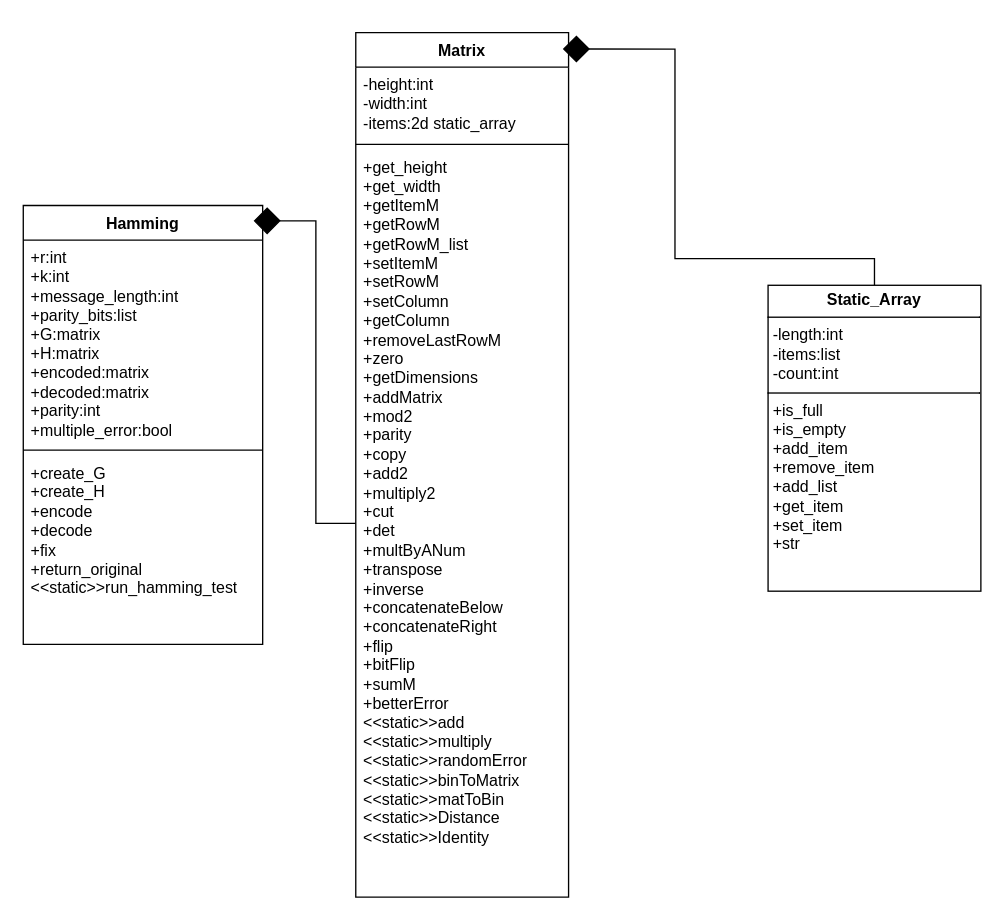
The draw.io diagram project_class_diagram.drawio in rcatovsky/Finalproject, before the edit. Source tidied: cells renumbered, new cells numbered last; positions are measured from the earlier drawing's top-left corner, leaving out a move shared by most shapes. Both pictures are drawn from the tidied source at 133%, with x=0, y=0 at pixel (23, 32).
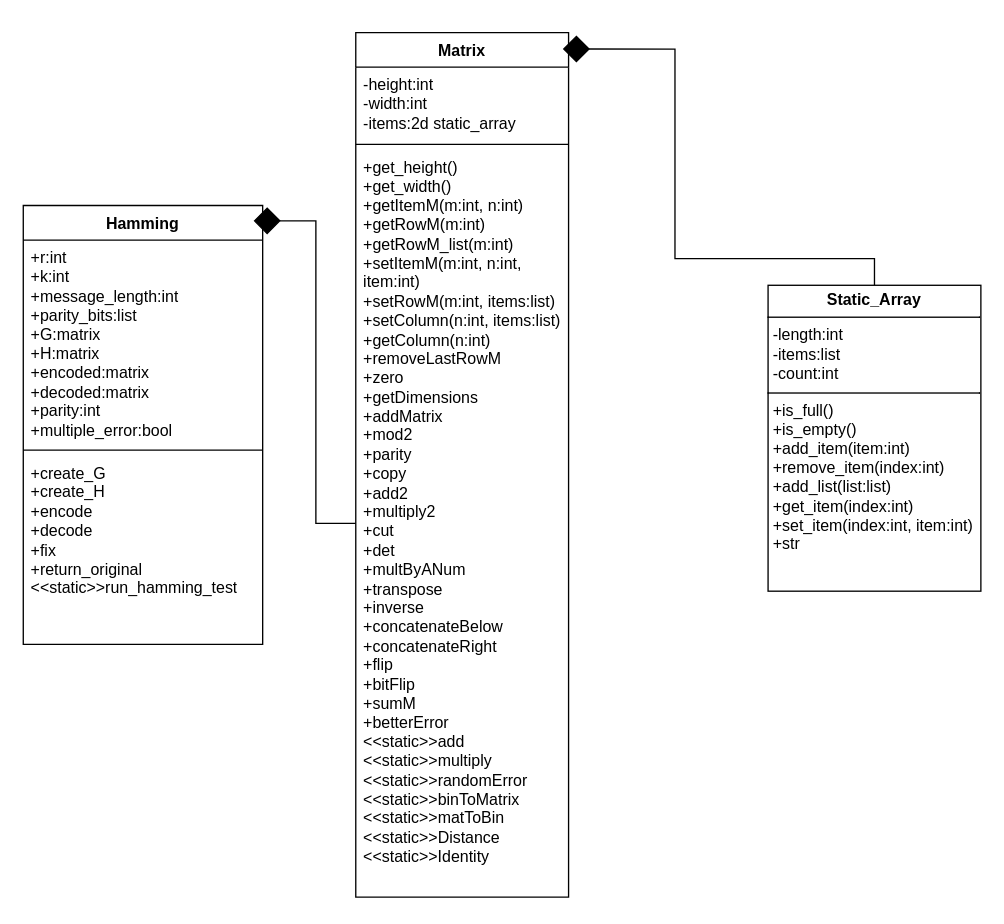
After the change.

The edit, as a diff of the source:
```diff
@@
 <mxGraphModel>
   <root>
     <mxCell id="0" />
     <mxCell id="1" parent="0" />
-    <mxCell id="2" value="&lt;p style=&quot;margin:0px;margin-top:4px;text-align:center;&quot;&gt;&lt;b&gt;Static_Array&lt;/b&gt;&lt;/p&gt;&lt;hr size=&quot;1&quot; style=&quot;border-style:solid;&quot;&gt;&lt;p style=&quot;margin:0px;margin-left:4px;&quot;&gt;-length:int&lt;/p&gt;&lt;p style=&quot;margin:0px;margin-left:4px;&quot;&gt;-items:list&lt;/p&gt;&lt;p style=&quot;margin:0px;margin-left:4px;&quot;&gt;-count:int&lt;/p&gt;&lt;hr size=&quot;1&quot; style=&quot;border-style:solid;&quot;&gt;&lt;p style=&quot;margin:0px;margin-left:4px;&quot;&gt;+is_full&lt;/p&gt;&lt;p style=&quot;margin:0px;margin-left:4px;&quot;&gt;+is_empty&lt;/p&gt;&lt;p style=&quot;margin:0px;margin-left:4px;&quot;&gt;+add_item&lt;/p&gt;&lt;p style=&quot;margin:0px;margin-left:4px;&quot;&gt;+remove_item&lt;/p&gt;&lt;p style=&quot;margin:0px;margin-left:4px;&quot;&gt;+add_list&lt;/p&gt;&lt;p style=&quot;margin:0px;margin-left:4px;&quot;&gt;+get_item&lt;/p&gt;&lt;p style=&quot;margin:0px;margin-left:4px;&quot;&gt;+set_item&lt;/p&gt;&lt;p style=&quot;margin:0px;margin-left:4px;&quot;&gt;+str&lt;/p&gt;" style="verticalAlign=top;align=left;overflow=fill;html=1;whiteSpace=wrap;" parent="1" vertex="1">
+    <mxCell id="2" value="&lt;p style=&quot;margin:0px;margin-top:4px;text-align:center;&quot;&gt;&lt;b&gt;Static_Array&lt;/b&gt;&lt;/p&gt;&lt;hr size=&quot;1&quot; style=&quot;border-style:solid;&quot;&gt;&lt;p style=&quot;margin:0px;margin-left:4px;&quot;&gt;-length:int&lt;/p&gt;&lt;p style=&quot;margin:0px;margin-left:4px;&quot;&gt;-items:list&lt;/p&gt;&lt;p style=&quot;margin:0px;margin-left:4px;&quot;&gt;-count:int&lt;/p&gt;&lt;hr size=&quot;1&quot; style=&quot;border-style:solid;&quot;&gt;&lt;p style=&quot;margin:0px;margin-left:4px;&quot;&gt;+is_full()&lt;/p&gt;&lt;p style=&quot;margin:0px;margin-left:4px;&quot;&gt;+is_empty()&lt;/p&gt;&lt;p style=&quot;margin:0px;margin-left:4px;&quot;&gt;+add_item(item:int)&lt;/p&gt;&lt;p style=&quot;margin:0px;margin-left:4px;&quot;&gt;+remove_item(index:int)&lt;/p&gt;&lt;p style=&quot;margin:0px;margin-left:4px;&quot;&gt;+add_list(list:list)&lt;/p&gt;&lt;p style=&quot;margin:0px;margin-left:4px;&quot;&gt;+get_item(index:int)&lt;/p&gt;&lt;p style=&quot;margin:0px;margin-left:4px;&quot;&gt;+set_item(index:int, item:int)&lt;/p&gt;&lt;p style=&quot;margin:0px;margin-left:4px;&quot;&gt;+str&lt;/p&gt;" style="verticalAlign=top;align=left;overflow=fill;html=1;whiteSpace=wrap;" parent="1" vertex="1">
       <mxGeometry x="560" y="190" width="160" height="230" as="geometry" />
     </mxCell>
     <mxCell id="3" value="Matrix" style="swimlane;fontStyle=1;align=center;verticalAlign=top;horizontal=1;startSize=26;whiteSpace=wrap;html=1;" parent="1" vertex="1">
       <mxGeometry x="250" width="160" height="650" as="geometry" />
     </mxCell>
     <mxCell id="4" value="-height:int&lt;div&gt;-width:int&lt;/div&gt;&lt;div&gt;-items:2d static_array&lt;/div&gt;&lt;div&gt;&lt;br&gt;&lt;/div&gt;" style="text;strokeColor=none;fillColor=none;align=left;verticalAlign=top;spacingLeft=4;spacingRight=4;overflow=hidden;whiteSpace=wrap;html=1;" parent="3" vertex="1">
       <mxGeometry y="26" width="160" height="54" as="geometry" />
     </mxCell>
     <mxCell id="5" style="line;strokeWidth=1;fillColor=none;align=left;verticalAlign=middle;spacingTop=-1;spacingLeft=3;spacingRight=3;labelPosition=right;strokeColor=inherit;" parent="3" vertex="1">
       <mxGeometry y="80" width="160" height="8" as="geometry" />
     </mxCell>
-    <mxCell id="6" value="+get_height&lt;div&gt;+get_width&lt;/div&gt;&lt;div&gt;+getItemM&lt;/div&gt;&lt;div&gt;+getRowM&lt;/div&gt;&lt;div&gt;+getRowM_list&lt;/div&gt;&lt;div&gt;+setItemM&lt;/div&gt;&lt;div&gt;+setRowM&lt;/div&gt;&lt;div&gt;+setColumn&lt;/div&gt;&lt;div&gt;+getColumn&lt;/div&gt;&lt;div&gt;+removeLastRowM&lt;/div&gt;&lt;div&gt;+zero&lt;/div&gt;&lt;div&gt;+getDimensions&lt;/div&gt;&lt;div&gt;+addMatrix&lt;/div&gt;&lt;div&gt;+mod2&lt;/div&gt;&lt;div&gt;+parity&lt;/div&gt;&lt;div&gt;+copy&lt;/div&gt;&lt;div&gt;+add2&lt;/div&gt;&lt;div&gt;+multiply2&lt;/div&gt;&lt;div&gt;+cut&lt;/div&gt;&lt;div&gt;+det&lt;/div&gt;&lt;div&gt;+multByANum&lt;/div&gt;&lt;div&gt;+transpose&lt;/div&gt;&lt;div&gt;+inverse&lt;/div&gt;&lt;div&gt;+concatenateBelow&lt;/div&gt;&lt;div&gt;+concatenateRight&lt;/div&gt;&lt;div&gt;+flip&lt;/div&gt;&lt;div&gt;+bitFlip&lt;/div&gt;&lt;div&gt;+sumM&lt;/div&gt;&lt;div&gt;+betterError&lt;/div&gt;&lt;div&gt;&lt;span style=&quot;background-color: transparent; color: light-dark(rgb(0, 0, 0), rgb(255, 255, 255));&quot;&gt;&amp;lt;&amp;lt;static&amp;gt;&amp;gt;&lt;/span&gt;add&lt;/div&gt;&lt;div&gt;&lt;span style=&quot;background-color: transparent; color: light-dark(rgb(0, 0, 0), rgb(255, 255, 255));&quot;&gt;&amp;lt;&amp;lt;static&amp;gt;&amp;gt;&lt;/span&gt;multiply&lt;/div&gt;&lt;div&gt;&lt;span style=&quot;background-color: transparent; color: light-dark(rgb(0, 0, 0), rgb(255, 255, 255));&quot;&gt;&amp;lt;&amp;lt;static&amp;gt;&amp;gt;&lt;/span&gt;randomError&lt;/div&gt;&lt;div&gt;&lt;span style=&quot;background-color: transparent; color: light-dark(rgb(0, 0, 0), rgb(255, 255, 255));&quot;&gt;&amp;lt;&amp;lt;static&amp;gt;&amp;gt;&lt;/span&gt;binToMatrix&lt;/div&gt;&lt;div&gt;&lt;span style=&quot;background-color: transparent; color: light-dark(rgb(0, 0, 0), rgb(255, 255, 255));&quot;&gt;&amp;lt;&amp;lt;static&amp;gt;&amp;gt;&lt;/span&gt;matToBin&lt;/div&gt;&lt;div&gt;&lt;span style=&quot;background-color: transparent; color: light-dark(rgb(0, 0, 0), rgb(255, 255, 255));&quot;&gt;&amp;lt;&amp;lt;static&amp;gt;&amp;gt;&lt;/span&gt;Distance&lt;/div&gt;&lt;div&gt;&lt;span style=&quot;background-color: transparent; color: light-dark(rgb(0, 0, 0), rgb(255, 255, 255));&quot;&gt;&amp;lt;&amp;lt;static&amp;gt;&amp;gt;I&lt;/span&gt;&lt;span style=&quot;background-color: transparent; color: light-dark(rgb(0, 0, 0), rgb(255, 255, 255));&quot;&gt;dentity&lt;/span&gt;&lt;/div&gt;&lt;div&gt;&lt;br&gt;&lt;/div&gt;" style="text;strokeColor=none;fillColor=none;align=left;verticalAlign=top;spacingLeft=4;spacingRight=4;overflow=hidden;points=[[0,0.5],[1,0.5]];portConstraint=eastwest;whiteSpace=wrap;html=1;" parent="3" vertex="1">
+    <mxCell id="6" value="+get_height()&lt;div&gt;+get_width()&lt;/div&gt;&lt;div&gt;+getItemM(m:int, n:int)&lt;/div&gt;&lt;div&gt;+getRowM(m:int)&lt;/div&gt;&lt;div&gt;+getRowM_list(m:int)&lt;/div&gt;&lt;div&gt;+setItemM(m:int, n:int, item:int)&lt;/div&gt;&lt;div&gt;+setRowM(m:int, items:list)&lt;/div&gt;&lt;div&gt;+setColumn(n:int, items:list)&lt;/div&gt;&lt;div&gt;+getColumn(n:int)&lt;/div&gt;&lt;div&gt;+removeLastRowM&lt;/div&gt;&lt;div&gt;+zero&lt;/div&gt;&lt;div&gt;+getDimensions&lt;/div&gt;&lt;div&gt;+addMatrix&lt;/div&gt;&lt;div&gt;+mod2&lt;/div&gt;&lt;div&gt;+parity&lt;/div&gt;&lt;div&gt;+copy&lt;/div&gt;&lt;div&gt;+add2&lt;/div&gt;&lt;div&gt;+multiply2&lt;/div&gt;&lt;div&gt;+cut&lt;/div&gt;&lt;div&gt;+det&lt;/div&gt;&lt;div&gt;+multByANum&lt;/div&gt;&lt;div&gt;+transpose&lt;/div&gt;&lt;div&gt;+inverse&lt;/div&gt;&lt;div&gt;+concatenateBelow&lt;/div&gt;&lt;div&gt;+concatenateRight&lt;/div&gt;&lt;div&gt;+flip&lt;/div&gt;&lt;div&gt;+bitFlip&lt;/div&gt;&lt;div&gt;+sumM&lt;/div&gt;&lt;div&gt;+betterError&lt;/div&gt;&lt;div&gt;&lt;span style=&quot;background-color: transparent; color: light-dark(rgb(0, 0, 0), rgb(255, 255, 255));&quot;&gt;&amp;lt;&amp;lt;static&amp;gt;&amp;gt;&lt;/span&gt;add&lt;/div&gt;&lt;div&gt;&lt;span style=&quot;background-color: transparent; color: light-dark(rgb(0, 0, 0), rgb(255, 255, 255));&quot;&gt;&amp;lt;&amp;lt;static&amp;gt;&amp;gt;&lt;/span&gt;multiply&lt;/div&gt;&lt;div&gt;&lt;span style=&quot;background-color: transparent; color: light-dark(rgb(0, 0, 0), rgb(255, 255, 255));&quot;&gt;&amp;lt;&amp;lt;static&amp;gt;&amp;gt;&lt;/span&gt;randomError&lt;/div&gt;&lt;div&gt;&lt;span style=&quot;background-color: transparent; color: light-dark(rgb(0, 0, 0), rgb(255, 255, 255));&quot;&gt;&amp;lt;&amp;lt;static&amp;gt;&amp;gt;&lt;/span&gt;binToMatrix&lt;/div&gt;&lt;div&gt;&lt;span style=&quot;background-color: transparent; color: light-dark(rgb(0, 0, 0), rgb(255, 255, 255));&quot;&gt;&amp;lt;&amp;lt;static&amp;gt;&amp;gt;&lt;/span&gt;matToBin&lt;/div&gt;&lt;div&gt;&lt;span style=&quot;background-color: transparent; color: light-dark(rgb(0, 0, 0), rgb(255, 255, 255));&quot;&gt;&amp;lt;&amp;lt;static&amp;gt;&amp;gt;&lt;/span&gt;Distance&lt;/div&gt;&lt;div&gt;&lt;span style=&quot;background-color: transparent; color: light-dark(rgb(0, 0, 0), rgb(255, 255, 255));&quot;&gt;&amp;lt;&amp;lt;static&amp;gt;&amp;gt;I&lt;/span&gt;&lt;span style=&quot;background-color: transparent; color: light-dark(rgb(0, 0, 0), rgb(255, 255, 255));&quot;&gt;dentity&lt;/span&gt;&lt;/div&gt;&lt;div&gt;&lt;br&gt;&lt;/div&gt;" style="text;strokeColor=none;fillColor=none;align=left;verticalAlign=top;spacingLeft=4;spacingRight=4;overflow=hidden;points=[[0,0.5],[1,0.5]];portConstraint=eastwest;whiteSpace=wrap;html=1;" parent="3" vertex="1">
       <mxGeometry y="88" width="160" height="562" as="geometry" />
     </mxCell>
     <mxCell id="7" style="edgeStyle=orthogonalEdgeStyle;rounded=0;jettySize=auto;html=1;entryX=0.973;entryY=0.019;entryDx=0;entryDy=0;entryPerimeter=0;endArrow=diamond;endFill=1;exitX=0.5;exitY=0;exitDx=0;exitDy=0;endSize=18;" parent="1" edge="1" source="2" target="3">
       <mxGeometry relative="1" as="geometry" />
     </mxCell>
     <mxCell id="8" value="Hamming" style="swimlane;fontStyle=1;align=center;verticalAlign=top;horizontal=1;startSize=26;whiteSpace=wrap;html=1;" parent="1" vertex="1">
       <mxGeometry y="130" width="180" height="330" as="geometry" />
     </mxCell>
     <mxCell id="9" value="+r:int&lt;div&gt;+k:int&lt;/div&gt;&lt;div&gt;+message_length:int&lt;/div&gt;&lt;div&gt;+parity_bits:list&lt;/div&gt;&lt;div&gt;+G:matrix&lt;/div&gt;&lt;div&gt;+H:matrix&lt;/div&gt;&lt;div&gt;+encoded:matrix&lt;/div&gt;&lt;div&gt;+decoded:matrix&lt;/div&gt;&lt;div&gt;+parity:int&lt;/div&gt;&lt;div&gt;+multiple_error:bool&lt;/div&gt;" style="text;strokeColor=none;fillColor=none;align=left;verticalAlign=top;spacingLeft=4;spacingRight=4;overflow=hidden;whiteSpace=wrap;html=1;" parent="8" vertex="1">
       <mxGeometry y="26" width="180" height="154" as="geometry" />
     </mxCell>
     <mxCell id="10" style="line;strokeWidth=1;fillColor=none;align=left;verticalAlign=middle;spacingTop=-1;spacingLeft=3;spacingRight=3;labelPosition=right;strokeColor=inherit;" parent="8" vertex="1">
       <mxGeometry y="180" width="180" height="8" as="geometry" />
     </mxCell>
     <mxCell id="11" value="+create_G&lt;div&gt;+create_H&lt;/div&gt;&lt;div&gt;+encode&lt;/div&gt;&lt;div&gt;+decode&lt;/div&gt;&lt;div&gt;+fix&lt;/div&gt;&lt;div&gt;+return_original&lt;/div&gt;&lt;div&gt;&amp;lt;&amp;lt;static&amp;gt;&amp;gt;run_hamming_test&lt;/div&gt;" style="text;strokeColor=none;fillColor=none;align=left;verticalAlign=top;spacingLeft=4;spacingRight=4;overflow=hidden;whiteSpace=wrap;html=1;" parent="8" vertex="1">
       <mxGeometry y="188" width="180" height="142" as="geometry" />
     </mxCell>
     <mxCell id="12" style="edgeStyle=orthogonalEdgeStyle;rounded=0;jettySize=auto;html=1;exitX=0;exitY=0.5;exitDx=0;exitDy=0;entryX=0.962;entryY=0.035;entryDx=0;entryDy=0;entryPerimeter=0;endArrow=diamond;endFill=1;endSize=18;" parent="1" edge="1" source="6" target="8">
       <mxGeometry relative="1" as="geometry" />
     </mxCell>
   </root>
 </mxGraphModel>
```
